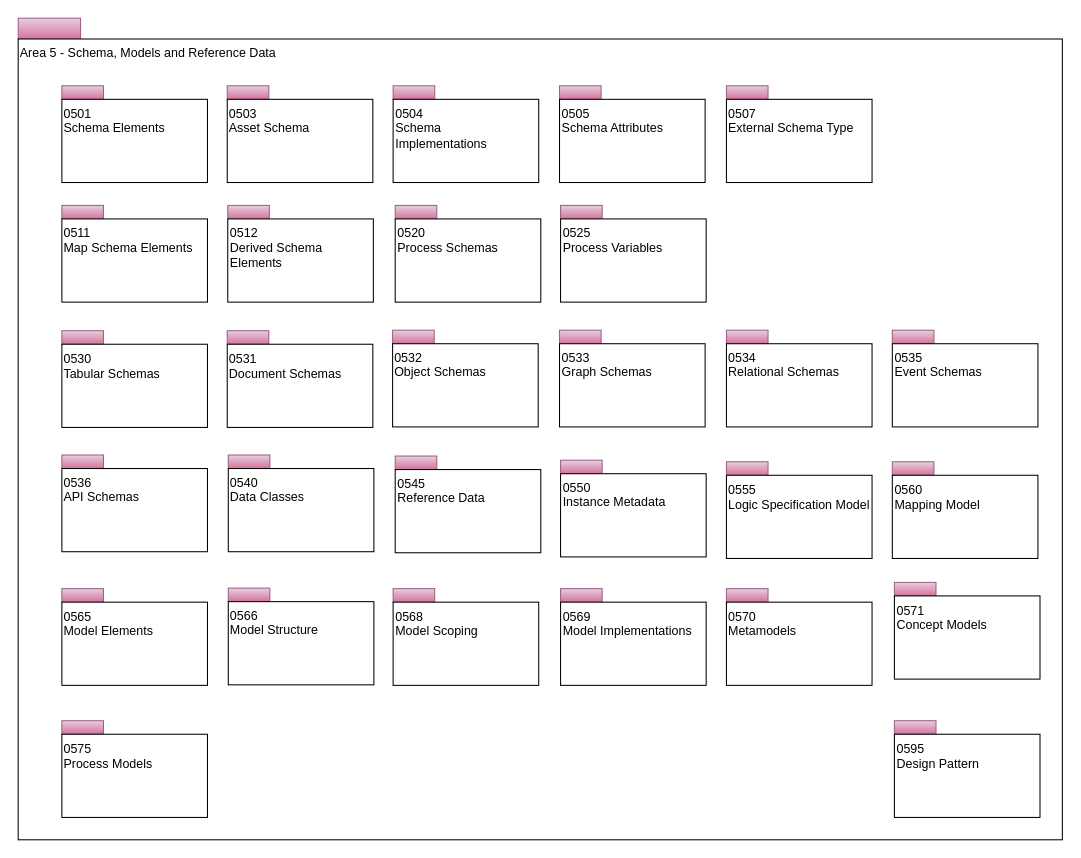
Earlier version of the draw.io diagram page "overview" (1 of 36) of site/docs/types/5/area-5-models-and-schema.drawio (odpi/egeria-docs). Source tidied: cells renumbered, new cells numbered last; positions are measured from the earlier drawing's top-left corner, leaving out a move shared by most shapes. Both pictures are drawn from the tidied source at 104%, with x=0, y=0 at pixel (18, 18).
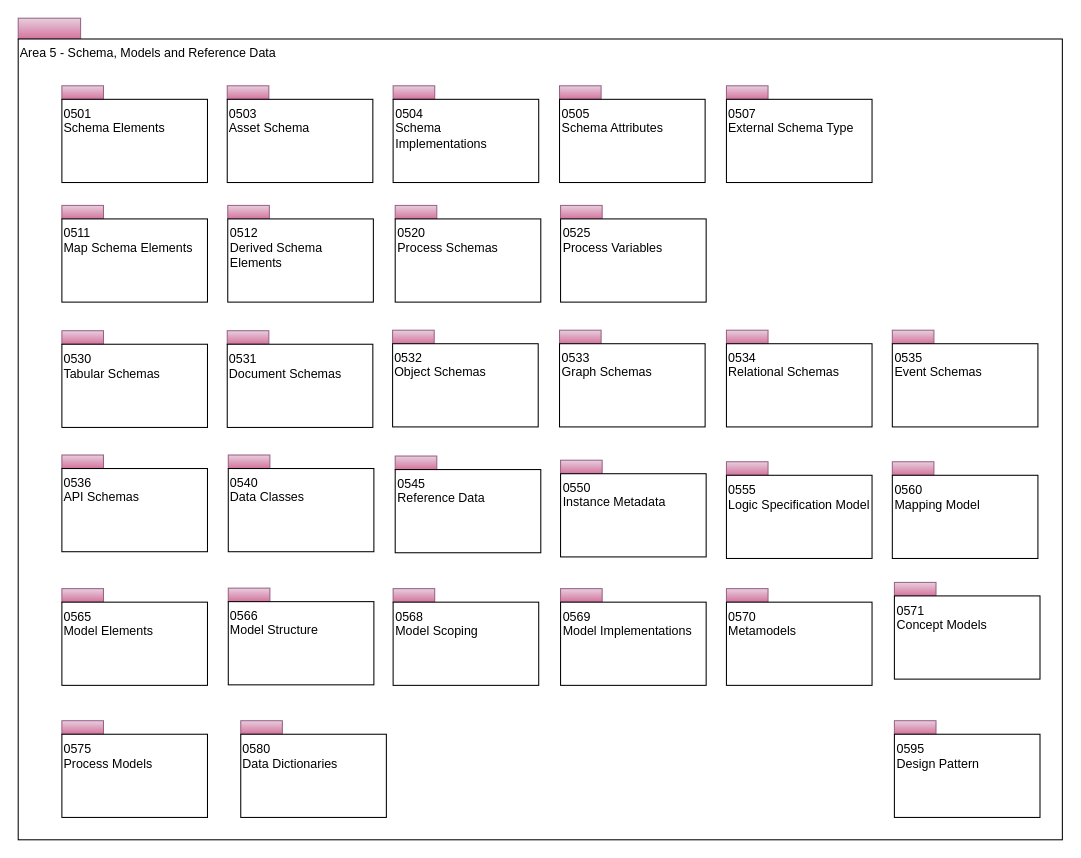
After the change.

What changed in the source:
```diff
@@
+    <mxCell id="62" style="rounded=0;whiteSpace=wrap;html=1;align=left;fillColor=#e6d0de;strokeColor=#996185;gradientColor=#d5739d;" parent="1" vertex="1">
+      <mxGeometry x="214" y="675.5" width="40" height="13" as="geometry" />
+    </mxCell>
+    <mxCell id="63" value="0580&lt;br&gt;Data Dictionaries" style="rounded=0;whiteSpace=wrap;html=1;align=left;verticalAlign=top;" parent="1" vertex="1">
+      <mxGeometry x="214" y="688.5" width="140" height="80" as="geometry" />
+    </mxCell>
```
